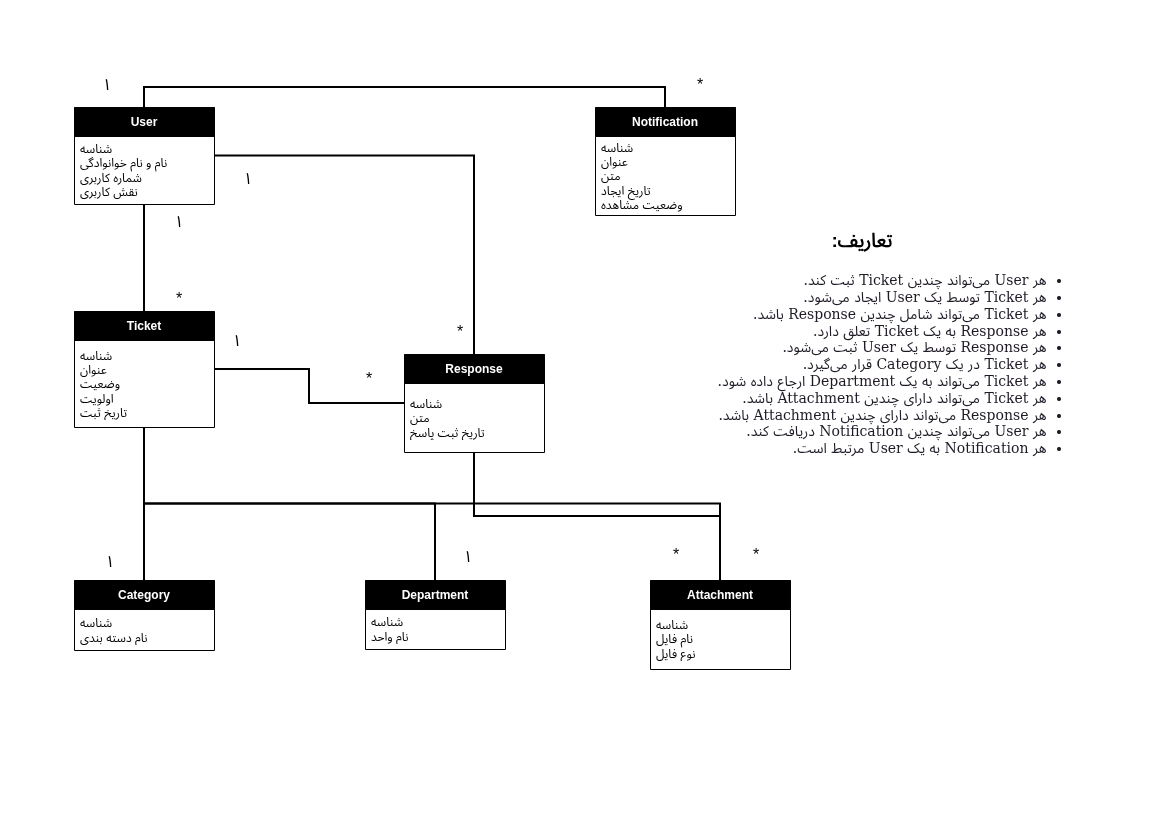
teymuri-alireza/help-desk-system keeps this draw.io diagram as diagrams/domain-model/domain-model.png. Above is the earlier version. Source tidied: cells renumbered, new cells last; positions are measured from the earlier drawing's top-left corner, leaving out a move shared by most shapes.
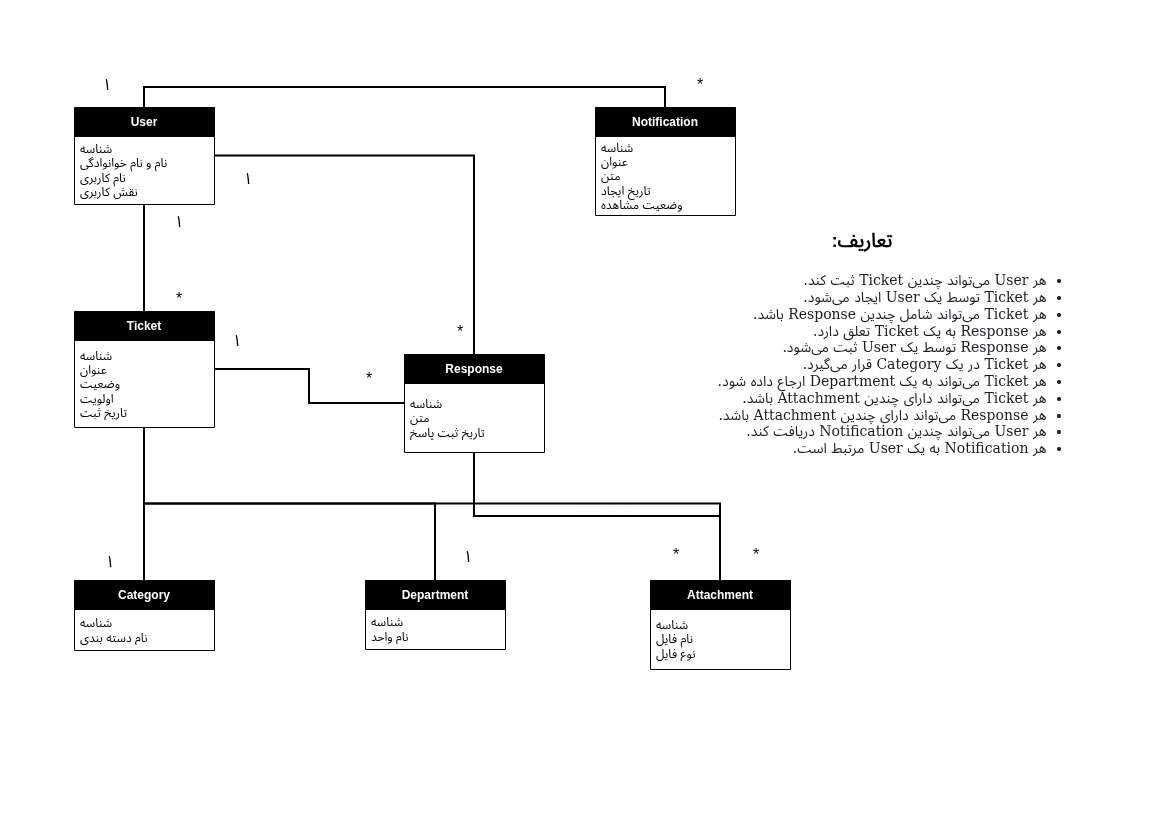
The same diagram one commit later.

Change to the diagram source:
```diff
@@ -8,7 +8,7 @@
     <mxCell id="3" value="User" style="swimlane;fontStyle=1;align=center;verticalAlign=middle;horizontal=1;startSize=29;html=1;whiteSpace=wrap;strokeColor=light-dark(#000000,#000000);swimlaneFillColor=none;fillColor=light-dark(#FFFFFF,#000000);gradientColor=none;fontColor=light-dark(#000000,#FFFFFF);" parent="1" vertex="1">
       <mxGeometry y="38" width="140" height="97" as="geometry" />
     </mxCell>
-    <mxCell id="4" value="شناسه&lt;div&gt;نام و نام خوانوادگی&lt;/div&gt;&lt;div&gt;شماره کاربری&lt;/div&gt;&lt;div&gt;نقش کاربری&lt;/div&gt;" style="text;html=1;strokeColor=none;fillColor=light-dark(#FFFFFF,transparent);align=left;verticalAlign=middle;spacingLeft=4;spacingRight=4;overflow=hidden;whiteSpace=wrap;swimlaneFillColor=none;gradientColor=none;fontColor=light-dark(#000000,#000000);" parent="3" vertex="1">
+    <mxCell id="4" value="شناسه&lt;div&gt;نام و نام خوانوادگی&lt;/div&gt;&lt;div&gt;نام کاربری&lt;/div&gt;&lt;div&gt;نقش کاربری&lt;/div&gt;" style="text;html=1;strokeColor=none;fillColor=light-dark(#FFFFFF,transparent);align=left;verticalAlign=middle;spacingLeft=4;spacingRight=4;overflow=hidden;whiteSpace=wrap;swimlaneFillColor=none;gradientColor=none;fontColor=light-dark(#000000,#000000);" parent="3" vertex="1">
       <mxGeometry y="29" width="140" height="68" as="geometry" />
     </mxCell>
     <mxCell id="5" value="Ticket" style="swimlane;fontStyle=1;align=center;verticalAlign=middle;horizontal=1;startSize=29;html=1;whiteSpace=wrap;strokeColor=light-dark(#000000,#000000);swimlaneFillColor=none;fillColor=light-dark(#FFFFFF,#000000);gradientColor=none;fontColor=light-dark(#000000,#FFFFFF);" parent="1" vertex="1">
```
